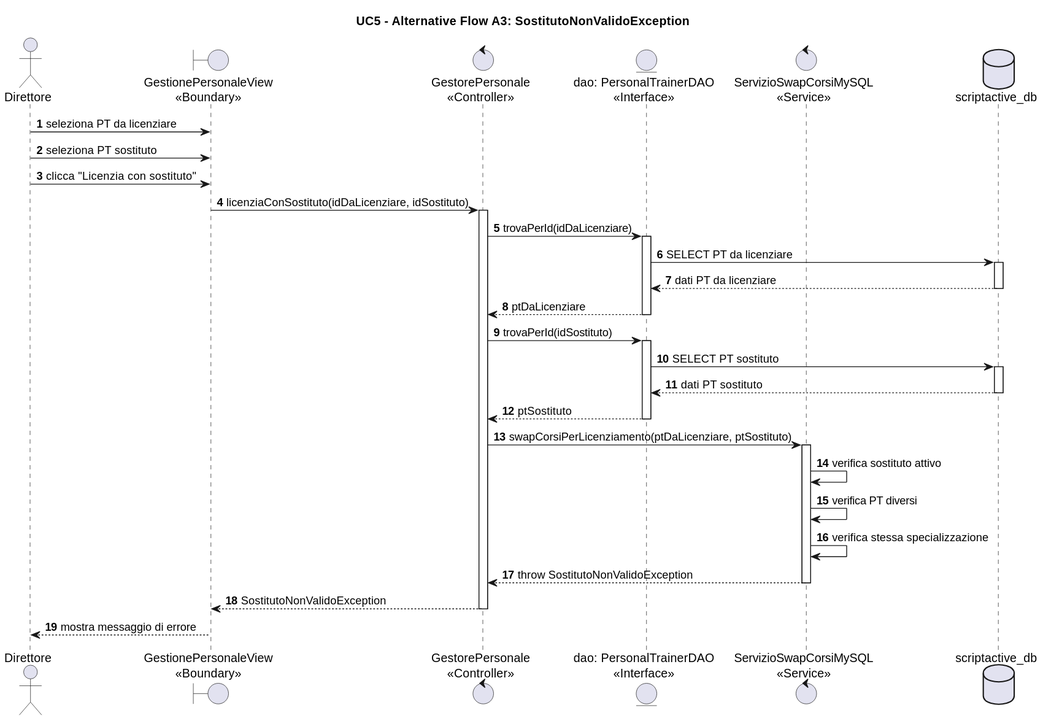
Above: ScriptActive/Documenti/08. Diagrammi di Sequenza/Visualizzazioni/DSequenzaUC5Alt3.svg in svilu999/Progetto-ScriptActive (PlantUML), before the change.
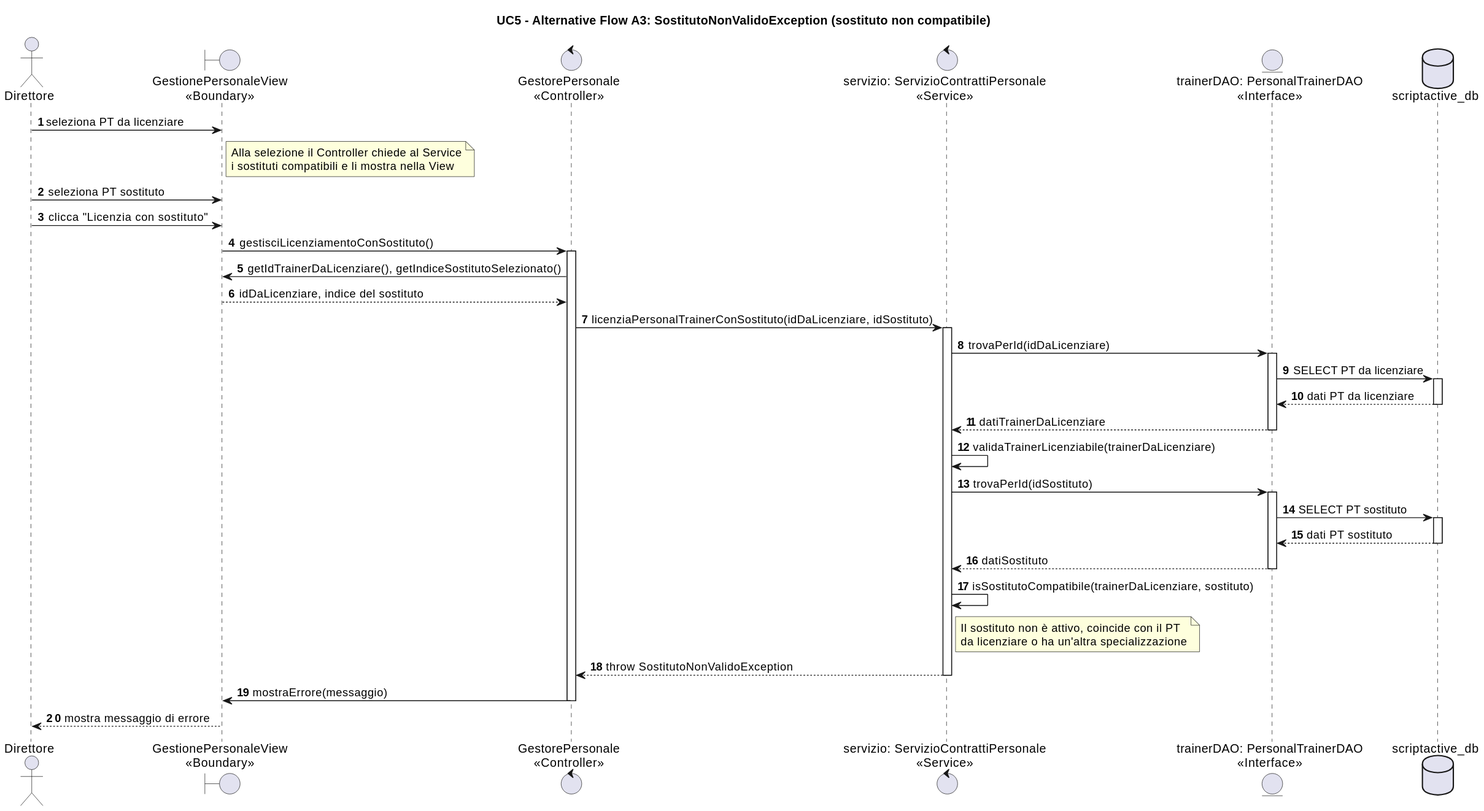
After the commit.

Diff of the diagram source:
```diff
@@ -1,55 +1,62 @@
 @startuml
-title UC5 - Alternative Flow A3: SostitutoNonValidoException
+title UC5 - Alternative Flow A3: SostitutoNonValidoException (sostituto non compatibile)
 
 autonumber
 
 actor "Direttore" as Direttore
 boundary "GestionePersonaleView\n<<Boundary>>" as View
 control "GestorePersonale\n<<Controller>>" as Controller
-entity "dao: PersonalTrainerDAO\n<<Interface>>" as PTDAO
-control "ServizioSwapCorsiMySQL\n<<Service>>" as SwapService
+control "servizio: ServizioContrattiPersonale\n<<Service>>" as Servizio
+entity "trainerDAO: PersonalTrainerDAO\n<<Interface>>" as PTDAO
 database "scriptactive_db" as DB
 
 Direttore -> View : seleziona PT da licenziare
+note right of View
+Alla selezione il Controller chiede al Service
+i sostituti compatibili e li mostra nella View
+end note
 Direttore -> View : seleziona PT sostituto
 Direttore -> View : clicca "Licenzia con sostituto"
 
-View -> Controller : licenziaConSostituto(idDaLicenziare, idSostituto)
+View -> Controller : gestisciLicenziamentoConSostituto()
 activate Controller
 
-Controller -> PTDAO : trovaPerId(idDaLicenziare)
+Controller -> View : getIdTrainerDaLicenziare(), getIndiceSostitutoSelezionato()
+View --> Controller : idDaLicenziare, indice del sostituto
+
+Controller -> Servizio : licenziaPersonalTrainerConSostituto(idDaLicenziare, idSostituto)
+activate Servizio
+
+Servizio -> PTDAO : trovaPerId(idDaLicenziare)
 activate PTDAO
-
 PTDAO -> DB : SELECT PT da licenziare
 activate DB
 DB --> PTDAO : dati PT da licenziare
 deactivate DB
-
-PTDAO --> Controller : ptDaLicenziare
+PTDAO --> Servizio : datiTrainerDaLicenziare
 deactivate PTDAO
 
-Controller -> PTDAO : trovaPerId(idSostituto)
+Servizio -> Servizio : validaTrainerLicenziabile(trainerDaLicenziare)
+
+Servizio -> PTDAO : trovaPerId(idSostituto)
 activate PTDAO
-
 PTDAO -> DB : SELECT PT sostituto
 activate DB
 DB --> PTDAO : dati PT sostituto
 deactivate DB
-
-PTDAO --> Controller : ptSostituto
+PTDAO --> Servizio : datiSostituto
 deactivate PTDAO
 
-Controller -> SwapService : swapCorsiPerLicenziamento(ptDaLicenziare, ptSostituto)
-activate SwapService
+Servizio -> Servizio : isSostitutoCompatibile(trainerDaLicenziare, sostituto)
+note right of Servizio
+Il sostituto non è attivo, coincide con il PT
+da licenziare o ha un'altra specializzazione
+end note
 
-SwapService -> SwapService : verifica sostituto attivo
-SwapService -> SwapService : verifica PT diversi
-SwapService -> SwapService : verifica stessa specializzazione
+Servizio --> Controller : throw SostitutoNonValidoException
+deactivate Servizio
 
-SwapService --> Controller : throw SostitutoNonValidoException
-deactivate SwapService
-
-Controller --> View : SostitutoNonValidoException
+Controller -> View : mostraErrore(messaggio)
 deactivate Controller
 
 View --> Direttore : mostra messaggio di errore
```
